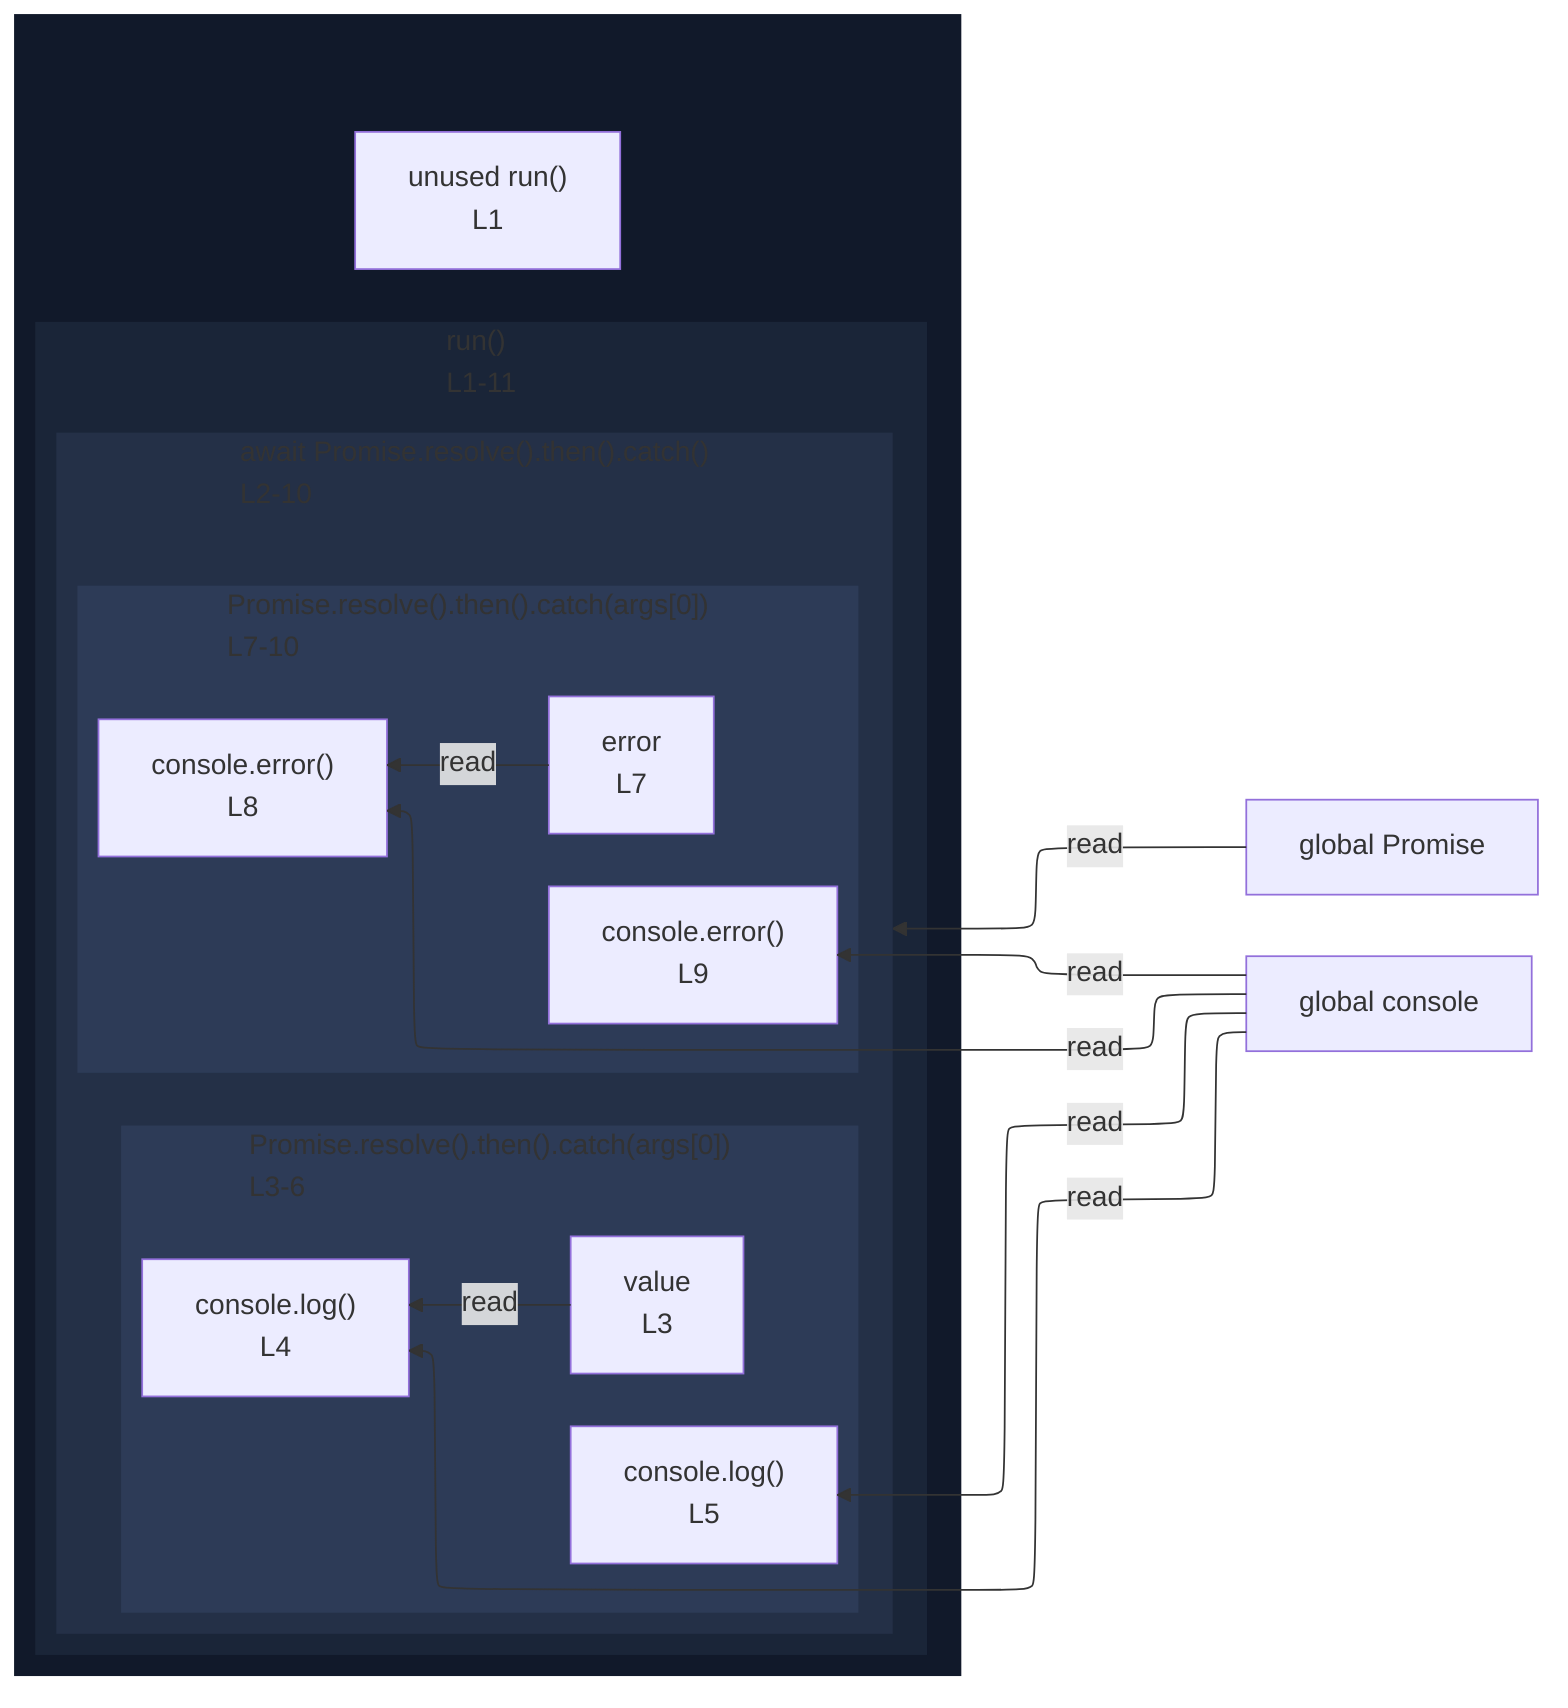
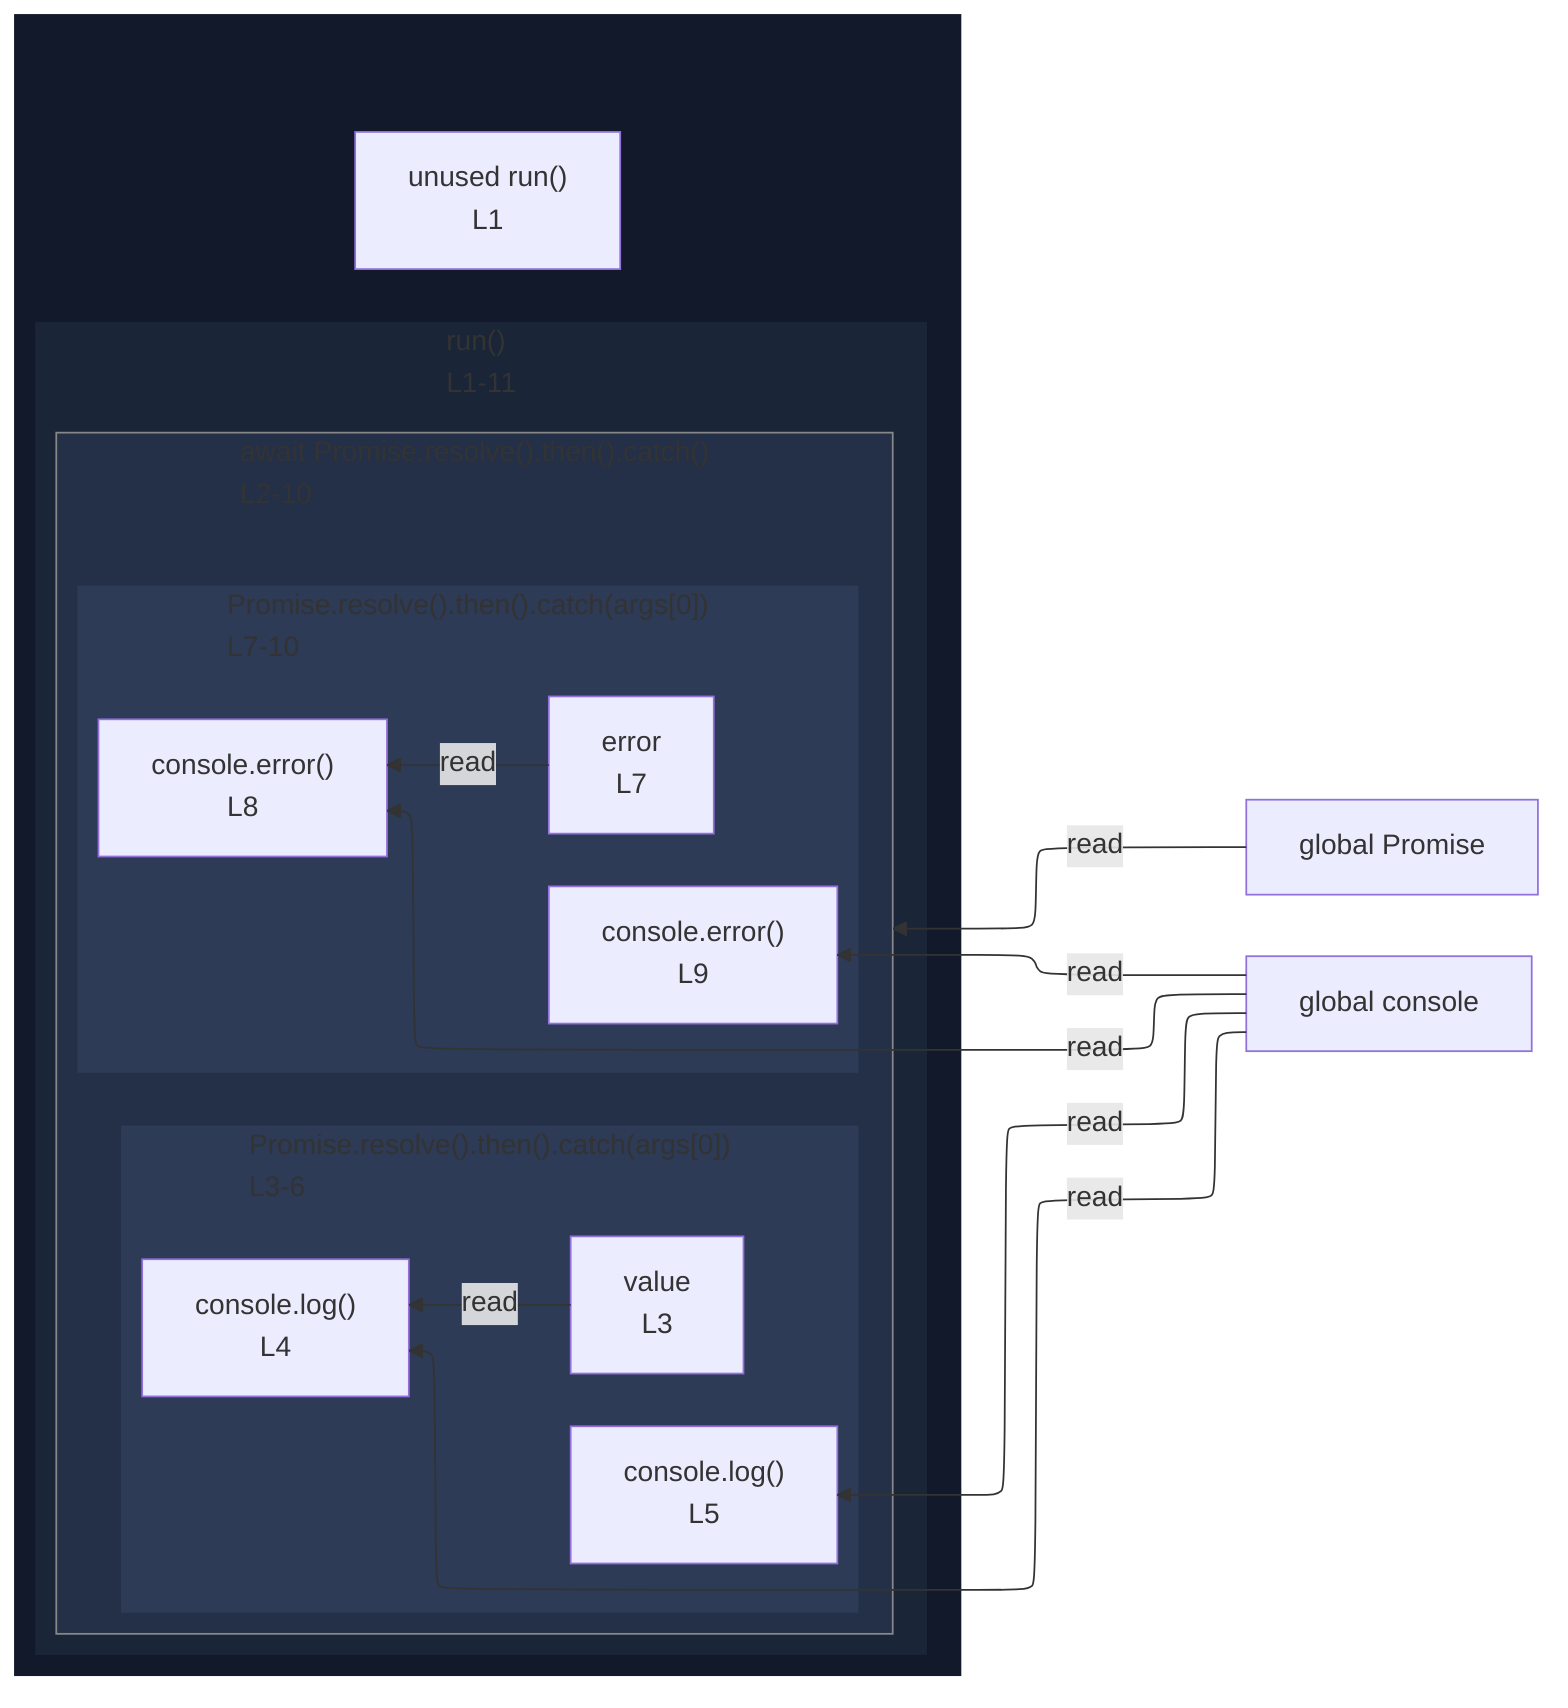
%%{init: {"flowchart": {"defaultRenderer": "elk"}}}%%
flowchart RL
  n_scope_0_Promise_53["global Promise"]
  n_scope_0_console_100["global console"]
  subgraph wrap_s_scope_1[" "]
    direction TB
    n_scope_0_run_22["unused run()<br/>L1"]
    subgraph s_scope_1["run()<br/>L1-11"]
      direction RL
      subgraph expr_stmt_47["await Promise.resolve().then().catch()<br/>L2-10"]
        direction RL
        subgraph s_scope_2["Promise.resolve().then().catch(args[0])<br/>L3-6"]
          direction RL
          n_scope_2_value_82["value<br/>L3"]
          expr_stmt_100["console.log()<br/>L4"]
          expr_stmt_142["console.log()<br/>L5"]
        end
        subgraph s_scope_3["Promise.resolve().then().catch(args[0])<br/>L7-10"]
          direction RL
          n_scope_3_error_202["error<br/>L7"]
          expr_stmt_220["console.error()<br/>L8"]
          expr_stmt_265["console.error()<br/>L9"]
        end
      end
    end
  end
  n_scope_0_Promise_53 -->|read| expr_stmt_47
  n_scope_0_console_100 -->|read| expr_stmt_100
  n_scope_2_value_82 -->|read| expr_stmt_100
  n_scope_0_console_100 -->|read| expr_stmt_142
  n_scope_0_console_100 -->|read| expr_stmt_220
  n_scope_3_error_202 -->|read| expr_stmt_220
  n_scope_0_console_100 -->|read| expr_stmt_265
  classDef nestL1 fill:#11192a,stroke:transparent;
  class wrap_s_scope_1 nestL1;
  classDef nestL2 fill:#1a2538,stroke:transparent;
  class s_scope_1 nestL2;
  classDef nestL3 fill:#243047,stroke:transparent;
  class expr_stmt_47 nestL3;
  classDef nestL4 fill:#2d3b57,stroke:transparent;
  class s_scope_2 nestL4;
  class s_scope_3 nestL4;
+   classDef edgeTargetSubgraph stroke:#888;
+   class expr_stmt_47 edgeTargetSubgraph;
